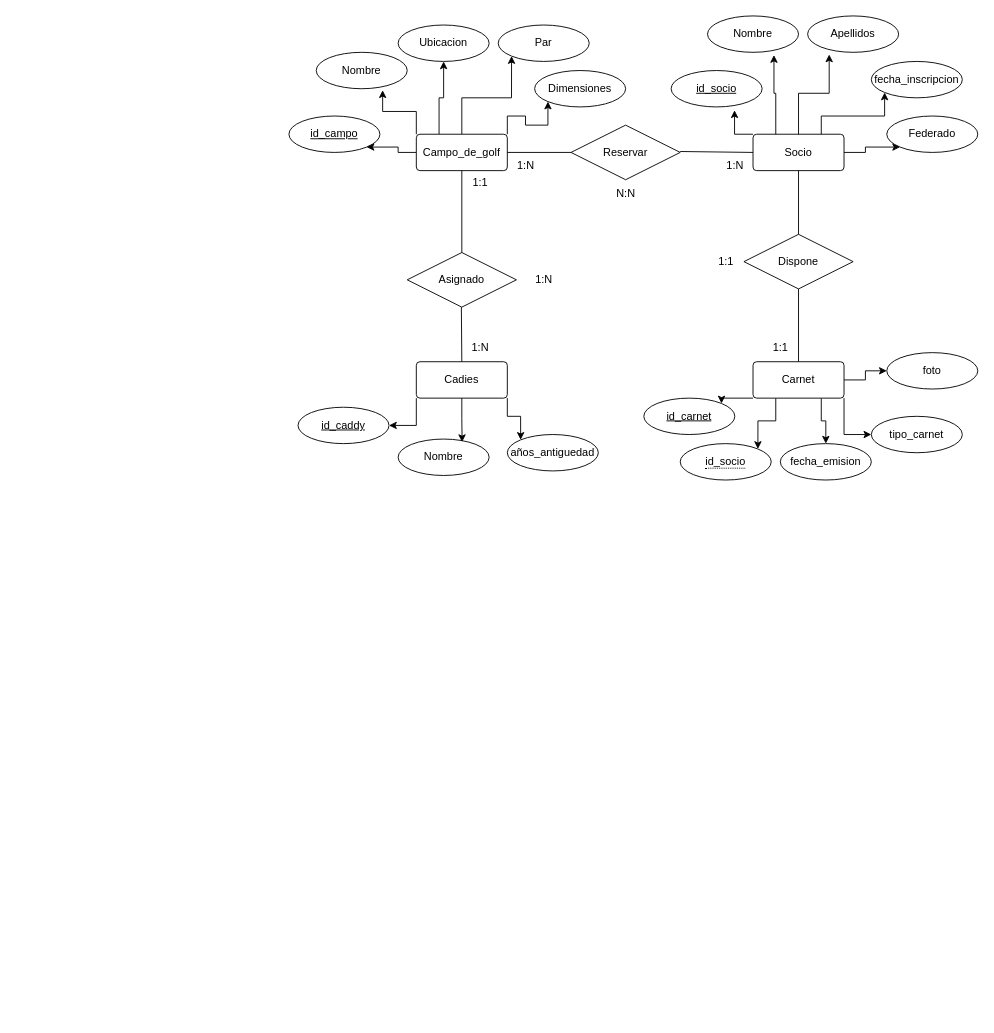
Earlier version of the draw.io diagram Campo_de_Golf.drawio (Mokius02/basesdedatos). Source tidied: cells renumbered, new cells numbered last; positions are measured from the earlier drawing's top-left corner, leaving out a move shared by most shapes. Both pictures are drawn from the tidied source at 91%, with x=0, y=0 at pixel (288, 15).
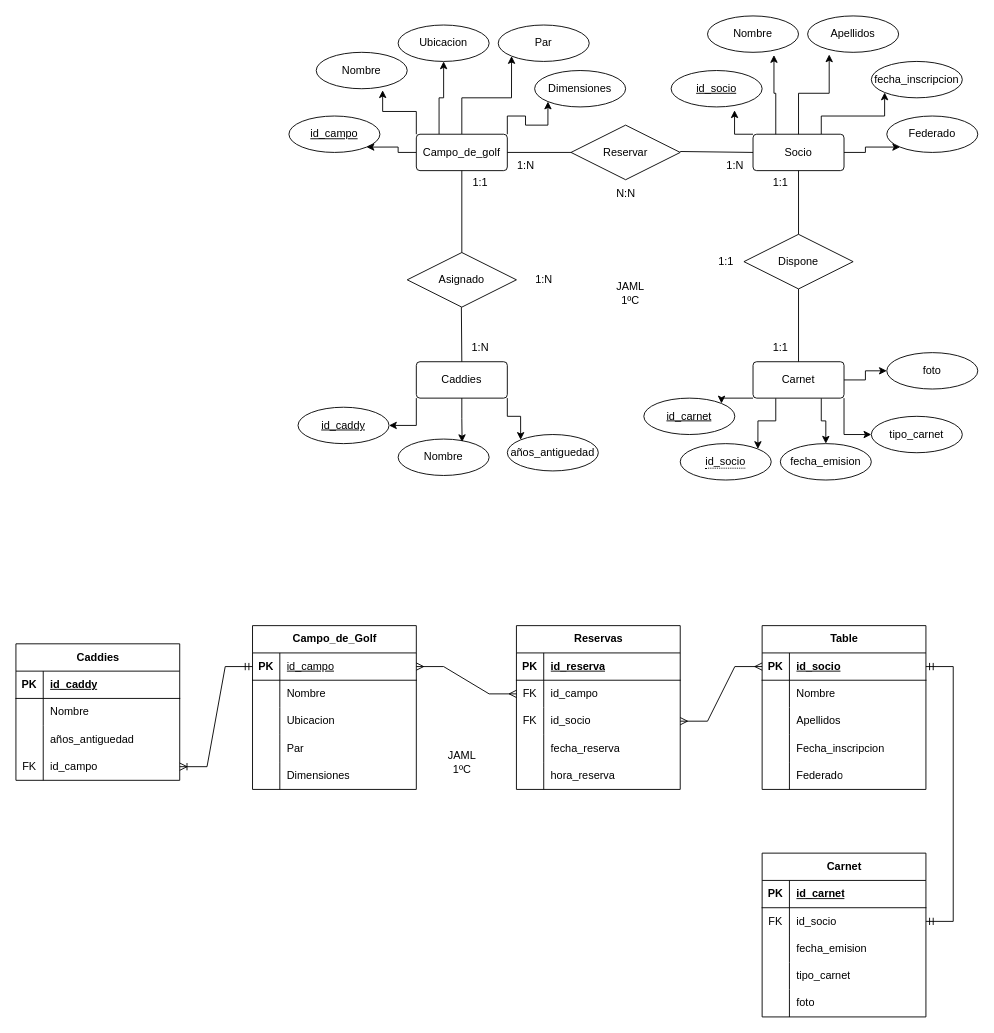
The same diagram, later.

The edit, as a diff of the source:
```diff
@@
-    <mxCell id="35" value="Cadies" style="rounded=1;arcSize=10;whiteSpace=wrap;html=1;align=center;" parent="1" vertex="1">
+    <mxCell id="35" value="Caddies" style="rounded=1;arcSize=10;whiteSpace=wrap;html=1;align=center;" parent="1" vertex="1">
       <mxGeometry x="140" y="380" width="100" height="40" as="geometry" />
     </mxCell>
@@
+    <mxCell id="59" value="Campo_de_Golf" style="shape=table;startSize=30;childLayout=tableLayout;rowLines=0;fontStyle=1;align=center;html=1;" parent="1" vertex="1">
+      <mxGeometry x="-40" y="670" width="180" height="180" as="geometry" />
+    </mxCell>
+    <mxCell id="60" style="shape=tableRow;horizontal=0;startSize=0;swimlaneHead=0;swimlaneBody=0;fillColor=none;points=[[0,0.5],[1,0.5]];portConstraint=eastwest;top=0;left=0;right=0;bottom=1;" parent="59" vertex="1">
+      <mxGeometry y="30" width="180" height="30" as="geometry" />
+    </mxCell>
+    <mxCell id="61" value="PK" style="shape=partialRectangle;fillColor=none;top=0;left=0;bottom=0;right=0;fontStyle=1;overflow=hidden;whiteSpace=wrap;html=1;" parent="60" vertex="1">
+      <mxGeometry width="30" height="30" as="geometry" />
+    </mxCell>
+    <mxCell id="62" value="&lt;span style=&quot;font-weight: 400; text-align: center;&quot;&gt;id_campo&lt;/span&gt;" style="shape=partialRectangle;fillColor=none;top=0;left=0;bottom=0;right=0;align=left;spacingLeft=6;fontStyle=5;overflow=hidden;whiteSpace=wrap;html=1;" parent="60" vertex="1">
+      <mxGeometry x="30" width="150" height="30" as="geometry" />
+    </mxCell>
+    <mxCell id="63" style="shape=tableRow;horizontal=0;startSize=0;swimlaneHead=0;swimlaneBody=0;fillColor=none;top=0;left=0;right=0;bottom=0;" parent="59" vertex="1">
+      <mxGeometry y="60" width="180" height="30" as="geometry" />
+    </mxCell>
+    <mxCell id="64" style="shape=partialRectangle;fillColor=none;top=0;left=0;bottom=0;right=0;overflow=hidden;whiteSpace=wrap;html=1;" parent="63" vertex="1">
+      <mxGeometry width="30" height="30" as="geometry" />
+    </mxCell>
+    <mxCell id="65" value="&lt;span style=&quot;text-align: center;&quot;&gt;Nombre&lt;/span&gt;" style="shape=partialRectangle;fillColor=none;top=0;left=0;bottom=0;right=0;align=left;spacingLeft=6;overflow=hidden;whiteSpace=wrap;html=1;" parent="63" vertex="1">
+      <mxGeometry x="30" width="150" height="30" as="geometry" />
+    </mxCell>
+    <mxCell id="66" style="shape=tableRow;horizontal=0;startSize=0;swimlaneHead=0;swimlaneBody=0;fillColor=none;top=0;left=0;right=0;bottom=0;" parent="59" vertex="1">
+      <mxGeometry y="90" width="180" height="30" as="geometry" />
+    </mxCell>
+    <mxCell id="67" style="shape=partialRectangle;fillColor=none;top=0;left=0;bottom=0;right=0;overflow=hidden;whiteSpace=wrap;html=1;" parent="66" vertex="1">
+      <mxGeometry width="30" height="30" as="geometry" />
+    </mxCell>
+    <mxCell id="68" value="Ubicacion" style="shape=partialRectangle;fillColor=none;top=0;left=0;bottom=0;right=0;align=left;spacingLeft=6;overflow=hidden;whiteSpace=wrap;html=1;" parent="66" vertex="1">
+      <mxGeometry x="30" width="150" height="30" as="geometry" />
+    </mxCell>
+    <mxCell id="69" style="shape=tableRow;horizontal=0;startSize=0;swimlaneHead=0;swimlaneBody=0;fillColor=none;top=0;left=0;right=0;bottom=0;" parent="59" vertex="1">
+      <mxGeometry y="120" width="180" height="30" as="geometry" />
+    </mxCell>
+    <mxCell id="70" style="shape=partialRectangle;fillColor=none;top=0;left=0;bottom=0;right=0;overflow=hidden;whiteSpace=wrap;html=1;" parent="69" vertex="1">
+      <mxGeometry width="30" height="30" as="geometry" />
+    </mxCell>
+    <mxCell id="71" value="Par" style="shape=partialRectangle;fillColor=none;top=0;left=0;bottom=0;right=0;align=left;spacingLeft=6;overflow=hidden;whiteSpace=wrap;html=1;" parent="69" vertex="1">
+      <mxGeometry x="30" width="150" height="30" as="geometry" />
+    </mxCell>
+    <mxCell id="72" style="shape=tableRow;horizontal=0;startSize=0;swimlaneHead=0;swimlaneBody=0;fillColor=none;top=0;left=0;right=0;bottom=0;" parent="59" vertex="1">
+      <mxGeometry y="150" width="180" height="30" as="geometry" />
+    </mxCell>
+    <mxCell id="73" style="shape=partialRectangle;fillColor=none;top=0;left=0;bottom=0;right=0;overflow=hidden;whiteSpace=wrap;html=1;" parent="72" vertex="1">
+      <mxGeometry width="30" height="30" as="geometry" />
+    </mxCell>
+    <mxCell id="74" value="Dimensiones" style="shape=partialRectangle;fillColor=none;top=0;left=0;bottom=0;right=0;align=left;spacingLeft=6;overflow=hidden;whiteSpace=wrap;html=1;" parent="72" vertex="1">
+      <mxGeometry x="30" width="150" height="30" as="geometry" />
+    </mxCell>
+    <mxCell id="75" value="Reservas" style="shape=table;startSize=30;childLayout=tableLayout;rowLines=0;fontStyle=1;align=center;html=1;" parent="1" vertex="1">
+      <mxGeometry x="250" y="670" width="180" height="180" as="geometry" />
+    </mxCell>
+    <mxCell id="76" style="shape=tableRow;horizontal=0;startSize=0;swimlaneHead=0;swimlaneBody=0;fillColor=none;top=0;left=0;right=0;bottom=1;" parent="75" vertex="1">
+      <mxGeometry y="30" width="180" height="30" as="geometry" />
+    </mxCell>
+    <mxCell id="77" value="PK" style="shape=partialRectangle;fillColor=none;top=0;left=0;bottom=0;right=0;fontStyle=1;overflow=hidden;whiteSpace=wrap;html=1;" parent="76" vertex="1">
+      <mxGeometry width="30" height="30" as="geometry" />
+    </mxCell>
+    <mxCell id="78" value="id_reserva" style="shape=partialRectangle;fillColor=none;top=0;left=0;bottom=0;right=0;align=left;spacingLeft=6;fontStyle=5;overflow=hidden;whiteSpace=wrap;html=1;" parent="76" vertex="1">
+      <mxGeometry x="30" width="150" height="30" as="geometry" />
+    </mxCell>
+    <mxCell id="79" style="shape=tableRow;horizontal=0;startSize=0;swimlaneHead=0;swimlaneBody=0;fillColor=none;points=[[0,0.5],[1,0.5]];portConstraint=eastwest;top=0;left=0;right=0;bottom=0;" parent="75" vertex="1">
+      <mxGeometry y="60" width="180" height="30" as="geometry" />
+    </mxCell>
+    <mxCell id="80" value="FK" style="shape=partialRectangle;fillColor=none;top=0;left=0;bottom=0;right=0;overflow=hidden;whiteSpace=wrap;html=1;" parent="79" vertex="1">
+      <mxGeometry width="30" height="30" as="geometry" />
+    </mxCell>
+    <mxCell id="81" value="id_campo" style="shape=partialRectangle;fillColor=none;top=0;left=0;bottom=0;right=0;align=left;spacingLeft=6;overflow=hidden;whiteSpace=wrap;html=1;" parent="79" vertex="1">
+      <mxGeometry x="30" width="150" height="30" as="geometry" />
+    </mxCell>
+    <mxCell id="82" style="shape=tableRow;horizontal=0;startSize=0;swimlaneHead=0;swimlaneBody=0;fillColor=none;points=[[0,0.5],[1,0.5]];portConstraint=eastwest;top=0;left=0;right=0;bottom=0;" parent="75" vertex="1">
+      <mxGeometry y="90" width="180" height="30" as="geometry" />
+    </mxCell>
+    <mxCell id="83" value="FK" style="shape=partialRectangle;fillColor=none;top=0;left=0;bottom=0;right=0;overflow=hidden;whiteSpace=wrap;html=1;" parent="82" vertex="1">
+      <mxGeometry width="30" height="30" as="geometry" />
+    </mxCell>
+    <mxCell id="84" value="id_socio" style="shape=partialRectangle;fillColor=none;top=0;left=0;bottom=0;right=0;align=left;spacingLeft=6;overflow=hidden;whiteSpace=wrap;html=1;" parent="82" vertex="1">
+      <mxGeometry x="30" width="150" height="30" as="geometry" />
+    </mxCell>
+    <mxCell id="85" style="shape=tableRow;horizontal=0;startSize=0;swimlaneHead=0;swimlaneBody=0;fillColor=none;top=0;left=0;right=0;bottom=0;" parent="75" vertex="1">
+      <mxGeometry y="120" width="180" height="30" as="geometry" />
+    </mxCell>
+    <mxCell id="86" style="shape=partialRectangle;fillColor=none;top=0;left=0;bottom=0;right=0;overflow=hidden;whiteSpace=wrap;html=1;" parent="85" vertex="1">
+      <mxGeometry width="30" height="30" as="geometry" />
+    </mxCell>
+    <mxCell id="87" value="fecha_reserva" style="shape=partialRectangle;fillColor=none;top=0;left=0;bottom=0;right=0;align=left;spacingLeft=6;overflow=hidden;whiteSpace=wrap;html=1;" parent="85" vertex="1">
+      <mxGeometry x="30" width="150" height="30" as="geometry" />
+    </mxCell>
+    <mxCell id="88" style="shape=tableRow;horizontal=0;startSize=0;swimlaneHead=0;swimlaneBody=0;fillColor=none;top=0;left=0;right=0;bottom=0;" parent="75" vertex="1">
+      <mxGeometry y="150" width="180" height="30" as="geometry" />
+    </mxCell>
+    <mxCell id="89" style="shape=partialRectangle;fillColor=none;top=0;left=0;bottom=0;right=0;overflow=hidden;whiteSpace=wrap;html=1;" parent="88" vertex="1">
+      <mxGeometry width="30" height="30" as="geometry" />
+    </mxCell>
+    <mxCell id="90" value="hora_reserva" style="shape=partialRectangle;fillColor=none;top=0;left=0;bottom=0;right=0;align=left;spacingLeft=6;overflow=hidden;whiteSpace=wrap;html=1;" parent="88" vertex="1">
+      <mxGeometry x="30" width="150" height="30" as="geometry" />
+    </mxCell>
+    <mxCell id="91" value="Table" style="shape=table;startSize=30;childLayout=tableLayout;rowLines=0;fontStyle=1;align=center;html=1;" parent="1" vertex="1">
+      <mxGeometry x="520" y="670" width="180" height="180" as="geometry" />
+    </mxCell>
+    <mxCell id="92" style="shape=tableRow;horizontal=0;startSize=0;swimlaneHead=0;swimlaneBody=0;fillColor=none;points=[[0,0.5],[1,0.5]];portConstraint=eastwest;top=0;left=0;right=0;bottom=1;" parent="91" vertex="1">
+      <mxGeometry y="30" width="180" height="30" as="geometry" />
+    </mxCell>
+    <mxCell id="93" value="PK" style="shape=partialRectangle;fillColor=none;top=0;left=0;bottom=0;right=0;fontStyle=1;overflow=hidden;whiteSpace=wrap;html=1;" parent="92" vertex="1">
+      <mxGeometry width="30" height="30" as="geometry" />
+    </mxCell>
+    <mxCell id="94" value="id_socio" style="shape=partialRectangle;fillColor=none;top=0;left=0;bottom=0;right=0;align=left;spacingLeft=6;fontStyle=5;overflow=hidden;whiteSpace=wrap;html=1;" parent="92" vertex="1">
+      <mxGeometry x="30" width="150" height="30" as="geometry" />
+    </mxCell>
+    <mxCell id="95" style="shape=tableRow;horizontal=0;startSize=0;swimlaneHead=0;swimlaneBody=0;fillColor=none;top=0;left=0;right=0;bottom=0;" parent="91" vertex="1">
+      <mxGeometry y="60" width="180" height="30" as="geometry" />
+    </mxCell>
+    <mxCell id="96" style="shape=partialRectangle;fillColor=none;top=0;left=0;bottom=0;right=0;overflow=hidden;whiteSpace=wrap;html=1;" parent="95" vertex="1">
+      <mxGeometry width="30" height="30" as="geometry" />
+    </mxCell>
+    <mxCell id="97" value="Nombre" style="shape=partialRectangle;fillColor=none;top=0;left=0;bottom=0;right=0;align=left;spacingLeft=6;overflow=hidden;whiteSpace=wrap;html=1;" parent="95" vertex="1">
+      <mxGeometry x="30" width="150" height="30" as="geometry" />
+    </mxCell>
+    <mxCell id="98" style="shape=tableRow;horizontal=0;startSize=0;swimlaneHead=0;swimlaneBody=0;fillColor=none;top=0;left=0;right=0;bottom=0;" parent="91" vertex="1">
+      <mxGeometry y="90" width="180" height="30" as="geometry" />
+    </mxCell>
+    <mxCell id="99" style="shape=partialRectangle;fillColor=none;top=0;left=0;bottom=0;right=0;overflow=hidden;whiteSpace=wrap;html=1;" parent="98" vertex="1">
+      <mxGeometry width="30" height="30" as="geometry" />
+    </mxCell>
+    <mxCell id="100" value="Apellidos" style="shape=partialRectangle;fillColor=none;top=0;left=0;bottom=0;right=0;align=left;spacingLeft=6;overflow=hidden;whiteSpace=wrap;html=1;" parent="98" vertex="1">
+      <mxGeometry x="30" width="150" height="30" as="geometry" />
+    </mxCell>
+    <mxCell id="101" style="shape=tableRow;horizontal=0;startSize=0;swimlaneHead=0;swimlaneBody=0;fillColor=none;top=0;left=0;right=0;bottom=0;" parent="91" vertex="1">
+      <mxGeometry y="120" width="180" height="30" as="geometry" />
+    </mxCell>
+    <mxCell id="102" style="shape=partialRectangle;fillColor=none;top=0;left=0;bottom=0;right=0;overflow=hidden;whiteSpace=wrap;html=1;" parent="101" vertex="1">
+      <mxGeometry width="30" height="30" as="geometry" />
+    </mxCell>
+    <mxCell id="103" value="Fecha_inscripcion" style="shape=partialRectangle;fillColor=none;top=0;left=0;bottom=0;right=0;align=left;spacingLeft=6;overflow=hidden;whiteSpace=wrap;html=1;" parent="101" vertex="1">
+      <mxGeometry x="30" width="150" height="30" as="geometry" />
+    </mxCell>
+    <mxCell id="104" style="shape=tableRow;horizontal=0;startSize=0;swimlaneHead=0;swimlaneBody=0;fillColor=none;top=0;left=0;right=0;bottom=0;" parent="91" vertex="1">
+      <mxGeometry y="150" width="180" height="30" as="geometry" />
+    </mxCell>
+    <mxCell id="105" style="shape=partialRectangle;fillColor=none;top=0;left=0;bottom=0;right=0;overflow=hidden;whiteSpace=wrap;html=1;" parent="104" vertex="1">
+      <mxGeometry width="30" height="30" as="geometry" />
+    </mxCell>
+    <mxCell id="106" value="Federado" style="shape=partialRectangle;fillColor=none;top=0;left=0;bottom=0;right=0;align=left;spacingLeft=6;overflow=hidden;whiteSpace=wrap;html=1;" parent="104" vertex="1">
+      <mxGeometry x="30" width="150" height="30" as="geometry" />
+    </mxCell>
+    <mxCell id="107" value="Carnet" style="shape=table;startSize=30;childLayout=tableLayout;rowLines=0;fontStyle=1;align=center;html=1;" parent="1" vertex="1">
+      <mxGeometry x="520" y="920" width="180" height="180" as="geometry" />
+    </mxCell>
+    <mxCell id="108" style="shape=tableRow;horizontal=0;startSize=0;swimlaneHead=0;swimlaneBody=0;fillColor=none;top=0;left=0;right=0;bottom=1;" parent="107" vertex="1">
+      <mxGeometry y="30" width="180" height="30" as="geometry" />
+    </mxCell>
+    <mxCell id="109" value="PK" style="shape=partialRectangle;fillColor=none;top=0;left=0;bottom=0;right=0;fontStyle=1;overflow=hidden;whiteSpace=wrap;html=1;" parent="108" vertex="1">
+      <mxGeometry width="30" height="30" as="geometry" />
+    </mxCell>
+    <mxCell id="110" value="id_carnet" style="shape=partialRectangle;fillColor=none;top=0;left=0;bottom=0;right=0;align=left;spacingLeft=6;fontStyle=5;overflow=hidden;whiteSpace=wrap;html=1;" parent="108" vertex="1">
+      <mxGeometry x="30" width="150" height="30" as="geometry" />
+    </mxCell>
+    <mxCell id="111" style="shape=tableRow;horizontal=0;startSize=0;swimlaneHead=0;swimlaneBody=0;fillColor=none;points=[[0,0.5],[1,0.5]];portConstraint=eastwest;top=0;left=0;right=0;bottom=0;" parent="107" vertex="1">
+      <mxGeometry y="60" width="180" height="30" as="geometry" />
+    </mxCell>
+    <mxCell id="112" value="FK" style="shape=partialRectangle;fillColor=none;top=0;left=0;bottom=0;right=0;overflow=hidden;whiteSpace=wrap;html=1;" parent="111" vertex="1">
+      <mxGeometry width="30" height="30" as="geometry" />
+    </mxCell>
+    <mxCell id="113" value="id_socio" style="shape=partialRectangle;fillColor=none;top=0;left=0;bottom=0;right=0;align=left;spacingLeft=6;overflow=hidden;whiteSpace=wrap;html=1;" parent="111" vertex="1">
+      <mxGeometry x="30" width="150" height="30" as="geometry" />
+    </mxCell>
+    <mxCell id="114" style="shape=tableRow;horizontal=0;startSize=0;swimlaneHead=0;swimlaneBody=0;fillColor=none;top=0;left=0;right=0;bottom=0;" parent="107" vertex="1">
+      <mxGeometry y="90" width="180" height="30" as="geometry" />
+    </mxCell>
+    <mxCell id="115" style="shape=partialRectangle;fillColor=none;top=0;left=0;bottom=0;right=0;overflow=hidden;whiteSpace=wrap;html=1;" parent="114" vertex="1">
+      <mxGeometry width="30" height="30" as="geometry" />
+    </mxCell>
+    <mxCell id="116" value="fecha_emision" style="shape=partialRectangle;fillColor=none;top=0;left=0;bottom=0;right=0;align=left;spacingLeft=6;overflow=hidden;whiteSpace=wrap;html=1;" parent="114" vertex="1">
+      <mxGeometry x="30" width="150" height="30" as="geometry" />
+    </mxCell>
+    <mxCell id="117" style="shape=tableRow;horizontal=0;startSize=0;swimlaneHead=0;swimlaneBody=0;fillColor=none;top=0;left=0;right=0;bottom=0;" parent="107" vertex="1">
+      <mxGeometry y="120" width="180" height="30" as="geometry" />
+    </mxCell>
+    <mxCell id="118" style="shape=partialRectangle;fillColor=none;top=0;left=0;bottom=0;right=0;overflow=hidden;whiteSpace=wrap;html=1;" parent="117" vertex="1">
+      <mxGeometry width="30" height="30" as="geometry" />
+    </mxCell>
+    <mxCell id="119" value="tipo_carnet" style="shape=partialRectangle;fillColor=none;top=0;left=0;bottom=0;right=0;align=left;spacingLeft=6;overflow=hidden;whiteSpace=wrap;html=1;" parent="117" vertex="1">
+      <mxGeometry x="30" width="150" height="30" as="geometry" />
+    </mxCell>
+    <mxCell id="120" style="shape=tableRow;horizontal=0;startSize=0;swimlaneHead=0;swimlaneBody=0;fillColor=none;top=0;left=0;right=0;bottom=0;" parent="107" vertex="1">
+      <mxGeometry y="150" width="180" height="30" as="geometry" />
+    </mxCell>
+    <mxCell id="121" style="shape=partialRectangle;fillColor=none;top=0;left=0;bottom=0;right=0;overflow=hidden;whiteSpace=wrap;html=1;" parent="120" vertex="1">
+      <mxGeometry width="30" height="30" as="geometry" />
+    </mxCell>
+    <mxCell id="122" value="foto" style="shape=partialRectangle;fillColor=none;top=0;left=0;bottom=0;right=0;align=left;spacingLeft=6;overflow=hidden;whiteSpace=wrap;html=1;" parent="120" vertex="1">
+      <mxGeometry x="30" width="150" height="30" as="geometry" />
+    </mxCell>
+    <mxCell id="123" value="Caddies" style="shape=table;startSize=30;childLayout=tableLayout;rowLines=0;fontStyle=1;align=center;html=1;" parent="1" vertex="1">
+      <mxGeometry x="-300" y="690" width="180" height="150" as="geometry" />
+    </mxCell>
+    <mxCell id="124" style="shape=tableRow;horizontal=0;startSize=0;swimlaneHead=0;swimlaneBody=0;fillColor=none;top=0;left=0;right=0;bottom=1;" parent="123" vertex="1">
+      <mxGeometry y="30" width="180" height="30" as="geometry" />
+    </mxCell>
+    <mxCell id="125" value="PK" style="shape=partialRectangle;fillColor=none;top=0;left=0;bottom=0;right=0;fontStyle=1;overflow=hidden;whiteSpace=wrap;html=1;" parent="124" vertex="1">
+      <mxGeometry width="30" height="30" as="geometry" />
+    </mxCell>
+    <mxCell id="126" value="id_caddy" style="shape=partialRectangle;fillColor=none;top=0;left=0;bottom=0;right=0;align=left;spacingLeft=6;fontStyle=5;overflow=hidden;whiteSpace=wrap;html=1;" parent="124" vertex="1">
+      <mxGeometry x="30" width="150" height="30" as="geometry" />
+    </mxCell>
+    <mxCell id="127" style="shape=tableRow;horizontal=0;startSize=0;swimlaneHead=0;swimlaneBody=0;fillColor=none;top=0;left=0;right=0;bottom=0;" parent="123" vertex="1">
+      <mxGeometry y="60" width="180" height="30" as="geometry" />
+    </mxCell>
+    <mxCell id="128" style="shape=partialRectangle;fillColor=none;top=0;left=0;bottom=0;right=0;overflow=hidden;whiteSpace=wrap;html=1;" parent="127" vertex="1">
+      <mxGeometry width="30" height="30" as="geometry" />
+    </mxCell>
+    <mxCell id="129" value="Nombre" style="shape=partialRectangle;fillColor=none;top=0;left=0;bottom=0;right=0;align=left;spacingLeft=6;overflow=hidden;whiteSpace=wrap;html=1;" parent="127" vertex="1">
+      <mxGeometry x="30" width="150" height="30" as="geometry" />
+    </mxCell>
+    <mxCell id="130" style="shape=tableRow;horizontal=0;startSize=0;swimlaneHead=0;swimlaneBody=0;fillColor=none;top=0;left=0;right=0;bottom=0;" parent="123" vertex="1">
+      <mxGeometry y="90" width="180" height="30" as="geometry" />
+    </mxCell>
+    <mxCell id="131" style="shape=partialRectangle;fillColor=none;top=0;left=0;bottom=0;right=0;overflow=hidden;whiteSpace=wrap;html=1;" parent="130" vertex="1">
+      <mxGeometry width="30" height="30" as="geometry" />
+    </mxCell>
+    <mxCell id="132" value="años_antiguedad" style="shape=partialRectangle;fillColor=none;top=0;left=0;bottom=0;right=0;align=left;spacingLeft=6;overflow=hidden;whiteSpace=wrap;html=1;" parent="130" vertex="1">
+      <mxGeometry x="30" width="150" height="30" as="geometry" />
+    </mxCell>
+    <mxCell id="133" style="shape=tableRow;horizontal=0;startSize=0;swimlaneHead=0;swimlaneBody=0;fillColor=none;points=[[0,0.5],[1,0.5]];portConstraint=eastwest;top=0;left=0;right=0;bottom=0;" parent="123" vertex="1">
+      <mxGeometry y="120" width="180" height="30" as="geometry" />
+    </mxCell>
+    <mxCell id="134" value="FK" style="shape=partialRectangle;fillColor=none;top=0;left=0;bottom=0;right=0;overflow=hidden;whiteSpace=wrap;html=1;" parent="133" vertex="1">
+      <mxGeometry width="30" height="30" as="geometry" />
+    </mxCell>
+    <mxCell id="135" value="id_campo" style="shape=partialRectangle;fillColor=none;top=0;left=0;bottom=0;right=0;align=left;spacingLeft=6;overflow=hidden;whiteSpace=wrap;html=1;" parent="133" vertex="1">
+      <mxGeometry x="30" width="150" height="30" as="geometry" />
+    </mxCell>
+    <mxCell id="136" style="edgeStyle=entityRelationEdgeStyle;fontSize=12;html=1;endArrow=ERmany;startArrow=ERmany;rounded=0;exitX=1;exitY=0.5;exitDx=0;exitDy=0;entryX=0;entryY=0.5;entryDx=0;entryDy=0;" parent="1" edge="1" source="60" target="79">
+      <mxGeometry relative="1" as="geometry" />
+    </mxCell>
+    <mxCell id="137" style="edgeStyle=entityRelationEdgeStyle;fontSize=12;html=1;endArrow=ERmany;startArrow=ERmany;rounded=0;exitX=1;exitY=0.5;exitDx=0;exitDy=0;entryX=0;entryY=0.5;entryDx=0;entryDy=0;" parent="1" edge="1" source="82" target="92">
+      <mxGeometry relative="1" as="geometry" />
+    </mxCell>
+    <mxCell id="138" style="edgeStyle=entityRelationEdgeStyle;fontSize=12;html=1;endArrow=ERmandOne;startArrow=ERmandOne;rounded=0;entryX=1;entryY=0.5;entryDx=0;entryDy=0;exitX=1;exitY=0.5;exitDx=0;exitDy=0;" parent="1" edge="1" source="111" target="92">
+      <mxGeometry relative="1" as="geometry" />
+    </mxCell>
+    <mxCell id="139" style="edgeStyle=entityRelationEdgeStyle;fontSize=12;html=1;endArrow=ERoneToMany;startArrow=ERmandOne;rounded=0;exitX=0;exitY=0.5;exitDx=0;exitDy=0;entryX=1;entryY=0.5;entryDx=0;entryDy=0;" parent="1" edge="1" source="60" target="133">
+      <mxGeometry relative="1" as="geometry">
+        <Array as="points">
+          <mxPoint x="-160" y="970" />
+          <mxPoint x="-100" y="960" />
+        </Array>
+      </mxGeometry>
+    </mxCell>
+    <mxCell id="140" value="JAML&lt;div&gt;1ºC&lt;/div&gt;" style="text;html=1;align=center;verticalAlign=middle;strokeColor=none;fillColor=none;" parent="1" vertex="1">
+      <mxGeometry x="350" y="285" width="50" height="40" as="geometry" />
+    </mxCell>
+    <mxCell id="141" value="JAML&lt;div&gt;1ºC&lt;/div&gt;" style="text;html=1;align=center;verticalAlign=middle;strokeColor=none;fillColor=none;" parent="1" vertex="1">
+      <mxGeometry x="165" y="800" width="50" height="40" as="geometry" />
+    </mxCell>
+    <mxCell id="142" value="1:1" style="text;html=1;align=center;verticalAlign=middle;strokeColor=none;fillColor=none;" parent="1" vertex="1">
+      <mxGeometry x="520" y="168" width="40" height="30" as="geometry" />
+    </mxCell>
```
